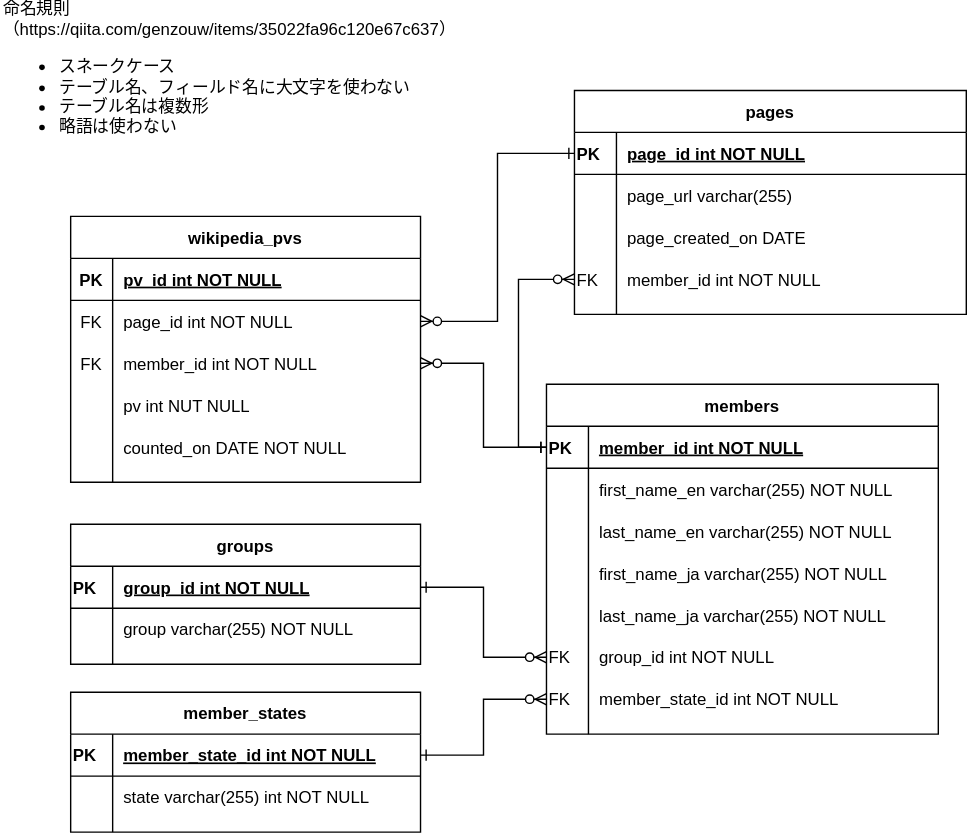
Above: db/ER/Untitled Diagram.drawio.svg in takahito-0398/webapp01 (draw.io), before the change. Source tidied: cells renumbered, new cells last; positions are measured from the earlier drawing's top-left corner, leaving out a move shared by most shapes.
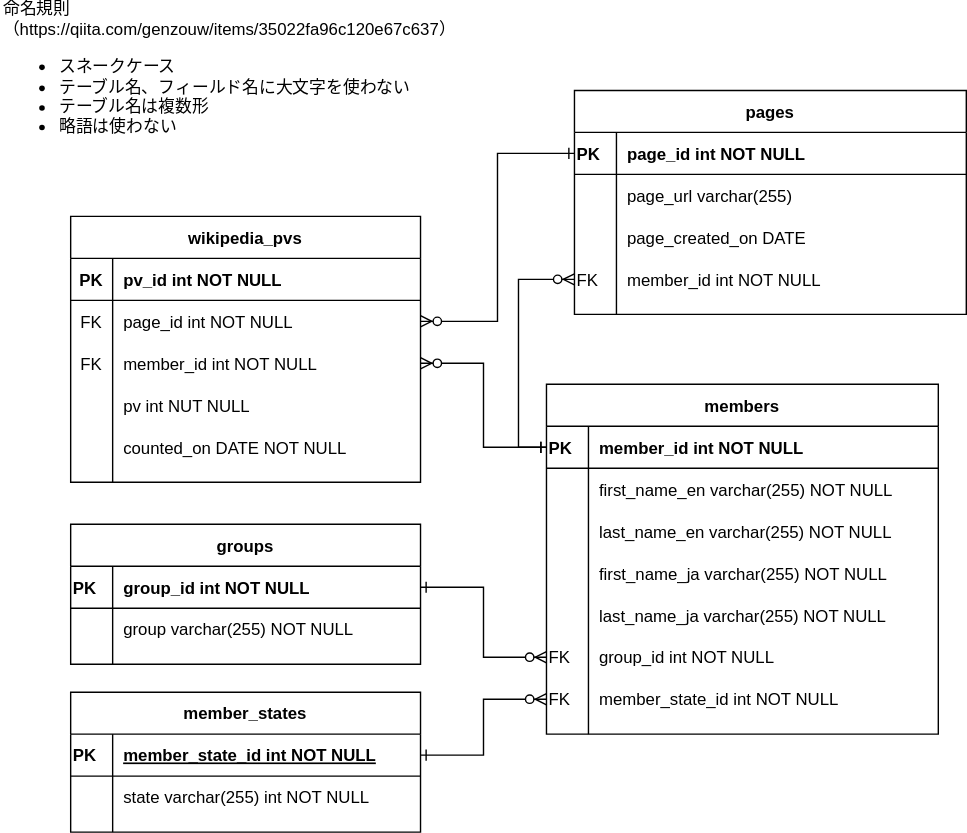
After the change.

Diff of the diagram source:
```diff
@@ -11,7 +11,7 @@
     <mxCell id="4" value="PK" style="shape=partialRectangle;overflow=hidden;fillColor=none;top=0;left=0;bottom=0;right=0;fontStyle=1;" parent="3" vertex="1">
       <mxGeometry width="30" height="30" as="geometry" />
     </mxCell>
-    <mxCell id="5" value="pv_id int NOT NULL " style="shape=partialRectangle;overflow=hidden;fillColor=none;top=0;left=0;bottom=0;right=0;align=left;spacingLeft=6;fontStyle=5;" parent="3" vertex="1">
+    <mxCell id="5" value="pv_id int NOT NULL " style="shape=partialRectangle;overflow=hidden;fillColor=none;top=0;left=0;bottom=0;right=0;align=left;spacingLeft=6;fontStyle=1;" parent="3" vertex="1">
       <mxGeometry x="30" width="220" height="30" as="geometry" />
     </mxCell>
     <mxCell id="6" style="shape=partialRectangle;fillColor=none;points=[[0,0.5],[1,0.5]];portConstraint=eastwest;top=0;left=0;right=0;bottom=0;" parent="2" vertex="1">
@@ -62,7 +62,7 @@
     <mxCell id="21" value="PK" style="shape=partialRectangle;fillColor=none;top=0;left=0;bottom=0;right=0;fontStyle=1;overflow=hidden;align=left;" parent="20" vertex="1">
       <mxGeometry width="30" height="30" as="geometry" />
     </mxCell>
-    <mxCell id="22" value="page_id int NOT NULL" style="shape=partialRectangle;fillColor=none;top=0;left=0;bottom=0;right=0;align=left;spacingLeft=6;fontStyle=5;overflow=hidden;" parent="20" vertex="1">
+    <mxCell id="22" value="page_id int NOT NULL" style="shape=partialRectangle;fillColor=none;top=0;left=0;bottom=0;right=0;align=left;spacingLeft=6;fontStyle=1;overflow=hidden;" parent="20" vertex="1">
       <mxGeometry x="30" width="250" height="30" as="geometry" />
     </mxCell>
     <mxCell id="23" style="shape=partialRectangle;fillColor=none;top=0;left=0;bottom=0;right=0;align=left;" parent="19" vertex="1">
@@ -101,7 +101,7 @@
     <mxCell id="34" value="PK" style="shape=partialRectangle;fillColor=none;top=0;left=0;bottom=0;right=0;fontStyle=1;overflow=hidden;align=left;" parent="33" vertex="1">
       <mxGeometry width="30" height="30" as="geometry" />
     </mxCell>
-    <mxCell id="35" value="member_id int NOT NULL" style="shape=partialRectangle;fillColor=none;top=0;left=0;bottom=0;right=0;align=left;spacingLeft=6;fontStyle=5;overflow=hidden;" parent="33" vertex="1">
+    <mxCell id="35" value="member_id int NOT NULL" style="shape=partialRectangle;fillColor=none;top=0;left=0;bottom=0;right=0;align=left;spacingLeft=6;fontStyle=1;overflow=hidden;" parent="33" vertex="1">
       <mxGeometry x="30" width="250" height="30" as="geometry" />
     </mxCell>
     <mxCell id="36" style="shape=partialRectangle;fillColor=none;top=0;left=0;bottom=0;right=0;align=left;" parent="32" vertex="1">
@@ -167,7 +167,7 @@
     <mxCell id="56" value="PK" style="shape=partialRectangle;fillColor=none;top=0;left=0;bottom=0;right=0;fontStyle=1;overflow=hidden;align=left;" parent="55" vertex="1">
       <mxGeometry width="30" height="30" as="geometry" />
     </mxCell>
-    <mxCell id="57" value="group_id int NOT NULL" style="shape=partialRectangle;fillColor=none;top=0;left=0;bottom=0;right=0;align=left;spacingLeft=6;fontStyle=5;overflow=hidden;" parent="55" vertex="1">
+    <mxCell id="57" value="group_id int NOT NULL" style="shape=partialRectangle;fillColor=none;top=0;left=0;bottom=0;right=0;align=left;spacingLeft=6;fontStyle=1;overflow=hidden;" parent="55" vertex="1">
       <mxGeometry x="30" width="220" height="30" as="geometry" />
     </mxCell>
     <mxCell id="58" style="shape=partialRectangle;fillColor=none;top=0;left=0;bottom=0;right=0;align=left;" parent="54" vertex="1">
```
